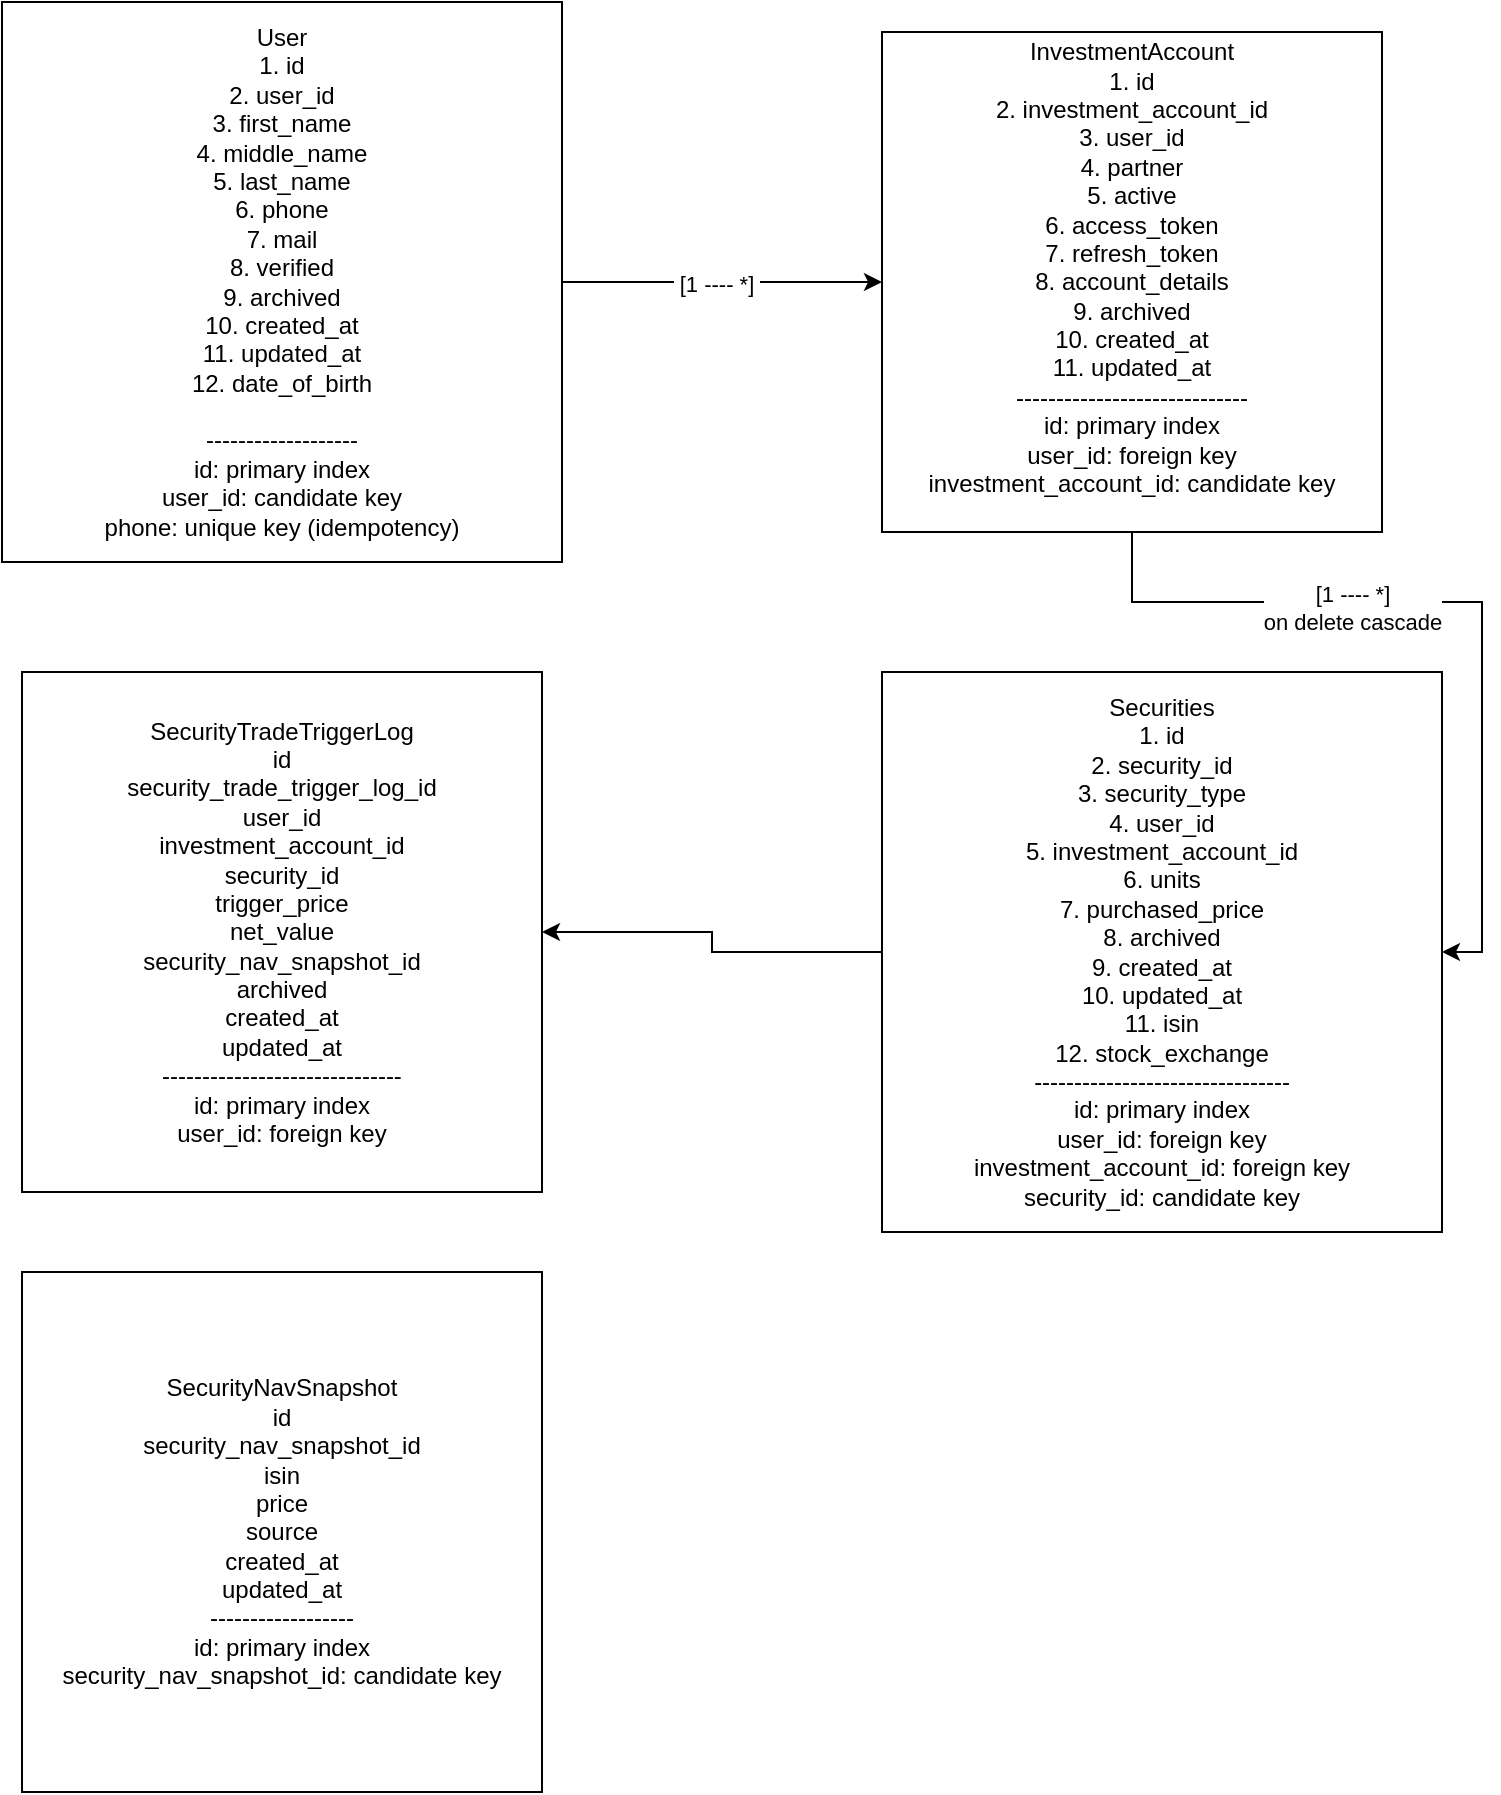
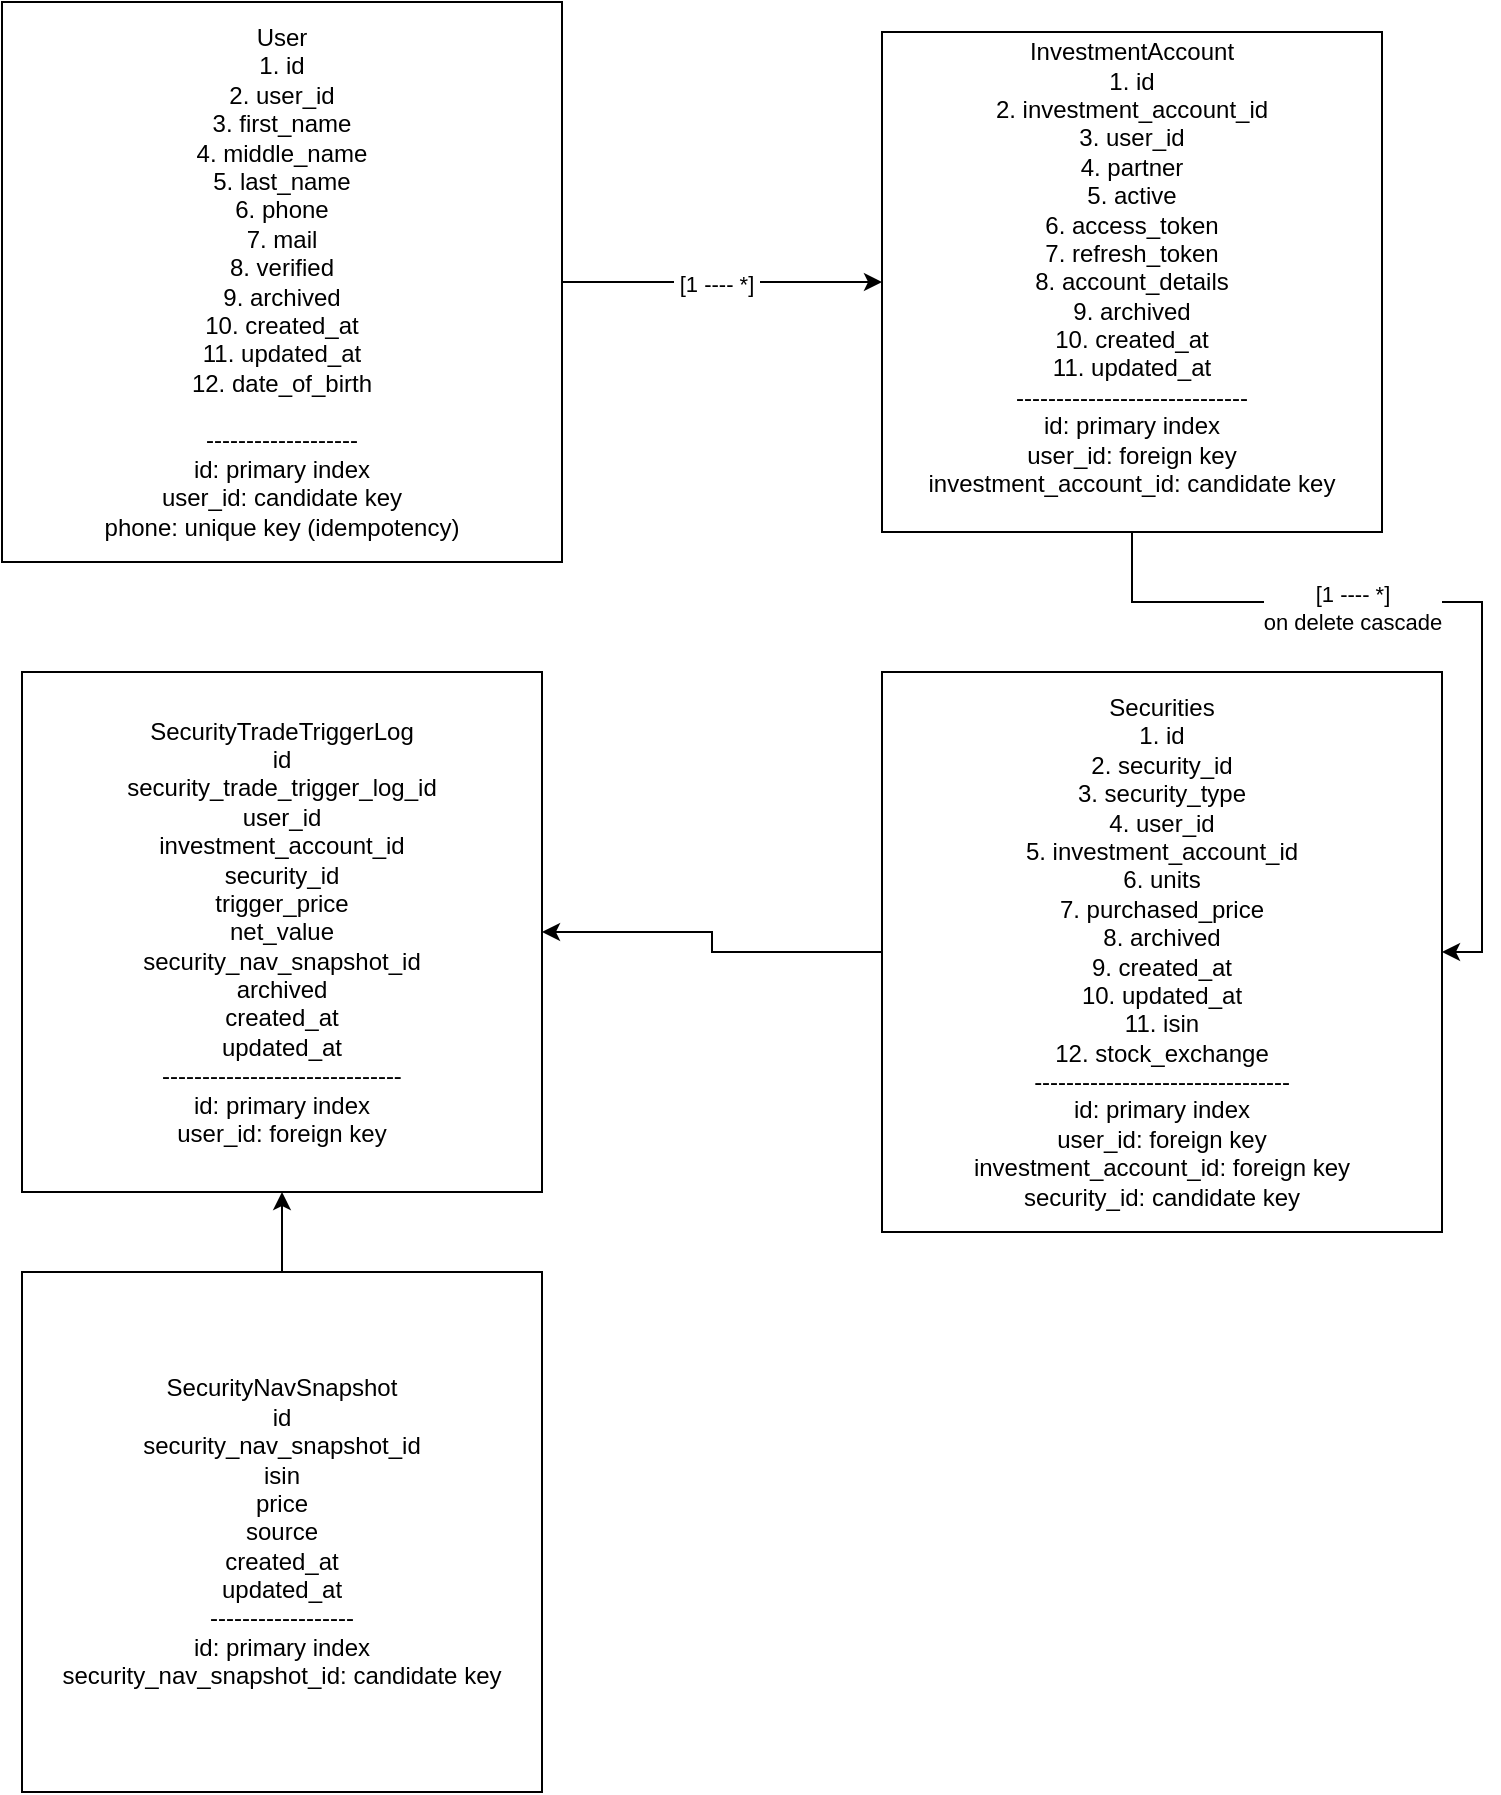
<mxfile host="app.diagrams.net" agent="Mozilla/5.0 (Macintosh; Intel Mac OS X 10_15_7) AppleWebKit/537.36 (KHTML, like Gecko) Chrome/142.0.0.0 Safari/537.36">
  <diagram name="Page-1" id="sUdJKDlqUUguzxYBoudD">
    <mxGraphModel dx="875" dy="573" grid="1" gridSize="10" guides="1" tooltips="1" connect="1" arrows="1" fold="1" page="1" pageScale="1" pageWidth="827" pageHeight="1169" math="0" shadow="0">
      <root>
        <mxCell id="0" />
        <mxCell id="1" parent="0" />
        <mxCell id="dAtLXOTo_t2N1C7jd-nU-3" edge="1" parent="1" source="dAtLXOTo_t2N1C7jd-nU-1" style="edgeStyle=orthogonalEdgeStyle;rounded=0;orthogonalLoop=1;jettySize=auto;html=1;" target="dAtLXOTo_t2N1C7jd-nU-2" value="">
          <mxGeometry relative="1" as="geometry" />
        </mxCell>
        <mxCell id="dAtLXOTo_t2N1C7jd-nU-4" connectable="0" parent="dAtLXOTo_t2N1C7jd-nU-3" style="edgeLabel;html=1;align=center;verticalAlign=middle;resizable=0;points=[];" value="&amp;nbsp;[1 ---- *]&amp;nbsp;" vertex="1">
          <mxGeometry relative="1" x="-0.0375" y="-1" as="geometry">
            <mxPoint as="offset" />
          </mxGeometry>
        </mxCell>
        <mxCell id="dAtLXOTo_t2N1C7jd-nU-1" parent="1" style="whiteSpace=wrap;html=1;aspect=fixed;" value="User&lt;br&gt;1. id&lt;div&gt;2. user_id&lt;/div&gt;&lt;div&gt;3. first_name&lt;/div&gt;&lt;div&gt;4. middle_name&lt;/div&gt;&lt;div&gt;5. last_name&lt;/div&gt;&lt;div&gt;6. phone&lt;/div&gt;&lt;div&gt;7. mail&lt;/div&gt;&lt;div&gt;8. verified&lt;/div&gt;&lt;div&gt;9. archived&lt;/div&gt;&lt;div&gt;10. created_at&lt;/div&gt;&lt;div&gt;11. updated_at&lt;/div&gt;&lt;div&gt;12. date_of_birth&lt;/div&gt;&lt;div&gt;&lt;br&gt;-------------------&lt;/div&gt;&lt;div&gt;id: primary index&lt;/div&gt;&lt;div&gt;user_id: candidate key&lt;/div&gt;&lt;div&gt;phone: unique key (idempotency)&lt;/div&gt;" vertex="1">
          <mxGeometry height="280" width="280" x="10" y="105" as="geometry" />
        </mxCell>
        <mxCell id="LFFCytzrhA1a5Olca1yH-1" edge="1" parent="1" source="dAtLXOTo_t2N1C7jd-nU-2" style="edgeStyle=orthogonalEdgeStyle;rounded=0;orthogonalLoop=1;jettySize=auto;html=1;entryX=1;entryY=0.5;entryDx=0;entryDy=0;" target="dAtLXOTo_t2N1C7jd-nU-5">
          <mxGeometry relative="1" as="geometry" />
        </mxCell>
        <mxCell id="LFFCytzrhA1a5Olca1yH-3" connectable="0" parent="LFFCytzrhA1a5Olca1yH-1" style="edgeLabel;html=1;align=center;verticalAlign=middle;resizable=0;points=[];" value="[1 ---- *]&lt;div&gt;on delete cascade&lt;/div&gt;" vertex="1">
          <mxGeometry relative="1" x="-0.285" y="-3" as="geometry">
            <mxPoint as="offset" />
          </mxGeometry>
        </mxCell>
        <mxCell id="dAtLXOTo_t2N1C7jd-nU-2" parent="1" style="whiteSpace=wrap;html=1;aspect=fixed;" value="InvestmentAccount&lt;div&gt;1. id&lt;/div&gt;&lt;div&gt;2. investment_account_id&lt;/div&gt;&lt;div&gt;3. user_id&lt;/div&gt;&lt;div&gt;4. partner&lt;/div&gt;&lt;div&gt;5. active&lt;/div&gt;&lt;div&gt;6. access_token&lt;/div&gt;&lt;div&gt;7. refresh_token&lt;/div&gt;&lt;div&gt;8. account_details&lt;/div&gt;&lt;div&gt;9. archived&lt;/div&gt;&lt;div&gt;10. created_at&lt;/div&gt;&lt;div&gt;11. updated_at&lt;/div&gt;&lt;div&gt;-----------------------------&lt;/div&gt;&lt;div&gt;&lt;div&gt;id: primary index&lt;/div&gt;&lt;div&gt;user_id: foreign key&lt;/div&gt;&lt;div&gt;&lt;span style=&quot;background-color: transparent; color: light-dark(rgb(0, 0, 0), rgb(255, 255, 255));&quot;&gt;investment_account_id&lt;/span&gt;: candidate key&lt;/div&gt;&lt;div&gt;&lt;br&gt;&lt;/div&gt;&lt;/div&gt;" vertex="1">
          <mxGeometry height="250" width="250" x="450" y="120" as="geometry" />
        </mxCell>
        <mxCell id="LFFCytzrhA1a5Olca1yH-6" edge="1" parent="1" source="dAtLXOTo_t2N1C7jd-nU-5" style="edgeStyle=orthogonalEdgeStyle;rounded=0;orthogonalLoop=1;jettySize=auto;html=1;entryX=1;entryY=0.5;entryDx=0;entryDy=0;" target="LFFCytzrhA1a5Olca1yH-4">
          <mxGeometry relative="1" as="geometry" />
        </mxCell>
        <mxCell id="dAtLXOTo_t2N1C7jd-nU-5" parent="1" style="whiteSpace=wrap;html=1;aspect=fixed;" value="Securities&lt;div&gt;1. id&lt;/div&gt;&lt;div&gt;2. security_id&lt;/div&gt;&lt;div&gt;3. security_type&lt;/div&gt;&lt;div&gt;4. user_id&lt;/div&gt;&lt;div&gt;5. investment_account_id&lt;/div&gt;&lt;div&gt;6. units&lt;/div&gt;&lt;div&gt;7. purchased_price&lt;/div&gt;&lt;div&gt;8. archived&lt;/div&gt;&lt;div&gt;9. created_at&lt;/div&gt;&lt;div&gt;10. updated_at&lt;/div&gt;&lt;div&gt;11. isin&lt;/div&gt;&lt;div&gt;12. stock_exchange&lt;/div&gt;&lt;div&gt;--------------------------------&lt;/div&gt;&lt;div&gt;&lt;div&gt;id: primary index&lt;/div&gt;&lt;div&gt;user_id: foreign key&lt;/div&gt;&lt;div&gt;&lt;span style=&quot;background-color: transparent; color: light-dark(rgb(0, 0, 0), rgb(255, 255, 255));&quot;&gt;investment_account_id&lt;/span&gt;: foreign&amp;nbsp;key&lt;/div&gt;&lt;/div&gt;&lt;div&gt;security_id:&amp;nbsp;&lt;span style=&quot;background-color: transparent; color: light-dark(rgb(0, 0, 0), rgb(255, 255, 255));&quot;&gt;candidate key&lt;/span&gt;&lt;/div&gt;" vertex="1">
          <mxGeometry height="280" width="280" x="450" y="440" as="geometry" />
        </mxCell>
        <mxCell id="LFFCytzrhA1a5Olca1yH-4" parent="1" style="whiteSpace=wrap;html=1;aspect=fixed;" value="SecurityTradeTriggerLog&lt;div&gt;id&lt;/div&gt;&lt;div&gt;security_trade_trigger_log_id&lt;br&gt;user_id&lt;/div&gt;&lt;div&gt;investment_account_id&lt;/div&gt;&lt;div&gt;security_id&lt;/div&gt;&lt;div&gt;trigger_price&lt;/div&gt;&lt;div&gt;net_value&lt;/div&gt;&lt;div&gt;security_nav_snapshot_id&lt;/div&gt;&lt;div&gt;archived&lt;/div&gt;&lt;div&gt;created_at&lt;/div&gt;&lt;div&gt;updated_at&lt;/div&gt;&lt;div&gt;------------------------------&lt;/div&gt;&lt;div&gt;&lt;div&gt;id: primary index&lt;/div&gt;&lt;div&gt;user_id: foreign key&lt;/div&gt;&lt;/div&gt;" vertex="1">
          <mxGeometry height="260" width="260" x="20" y="440" as="geometry" />
        </mxCell>
+         <mxCell id="LFFCytzrhA1a5Olca1yH-7" edge="1" parent="1" source="LFFCytzrhA1a5Olca1yH-5" style="edgeStyle=orthogonalEdgeStyle;rounded=0;orthogonalLoop=1;jettySize=auto;html=1;" target="LFFCytzrhA1a5Olca1yH-4" value="">
+           <mxGeometry relative="1" as="geometry" />
+         </mxCell>
        <mxCell id="LFFCytzrhA1a5Olca1yH-5" parent="1" style="whiteSpace=wrap;html=1;aspect=fixed;" value="SecurityNavSnapshot&lt;div&gt;id&lt;/div&gt;&lt;div&gt;security_nav_snapshot_id&lt;/div&gt;&lt;div&gt;isin&lt;/div&gt;&lt;div&gt;price&lt;/div&gt;&lt;div&gt;source&lt;/div&gt;&lt;div&gt;created_at&lt;/div&gt;&lt;div&gt;updated_at&lt;/div&gt;&lt;div&gt;------------------&lt;/div&gt;&lt;div&gt;&lt;div&gt;&lt;div&gt;id: primary index&lt;/div&gt;&lt;/div&gt;&lt;div&gt;&lt;span style=&quot;background-color: transparent; color: light-dark(rgb(0, 0, 0), rgb(255, 255, 255));&quot;&gt;security_nav_snapshot_id&lt;/span&gt;:&amp;nbsp;&lt;span style=&quot;background-color: transparent; color: light-dark(rgb(0, 0, 0), rgb(255, 255, 255));&quot;&gt;candidate key&lt;/span&gt;&lt;/div&gt;&lt;/div&gt;" vertex="1">
          <mxGeometry height="260" width="260" x="20" y="740" as="geometry" />
        </mxCell>
      </root>
    </mxGraphModel>
  </diagram>
</mxfile>
